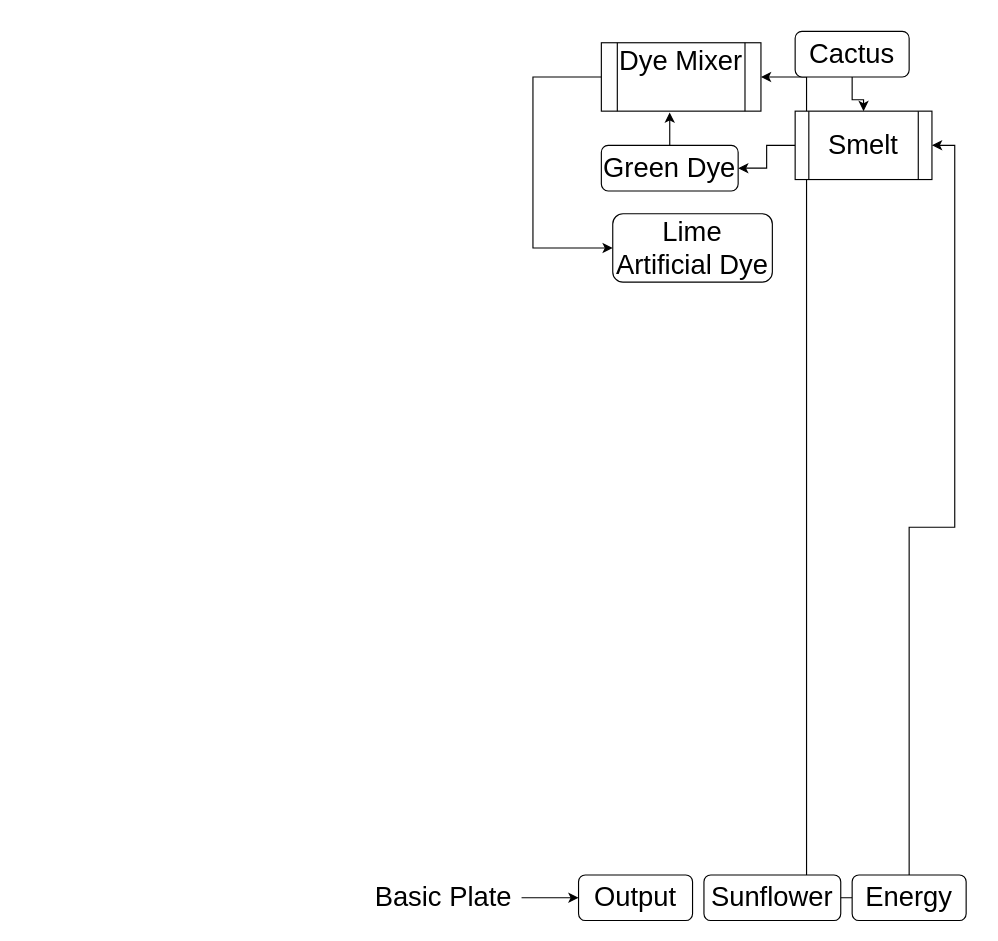
Above: AutoBPlate.drawio in jak7b/modpackThings (draw.io), before the change. Source tidied: cells renumbered, new cells numbered last; positions are measured from the earlier drawing's top-left corner, leaving out a move shared by most shapes. Both pictures are drawn from the tidied source at 114%, with x=0, y=0 at pixel (373, 31).
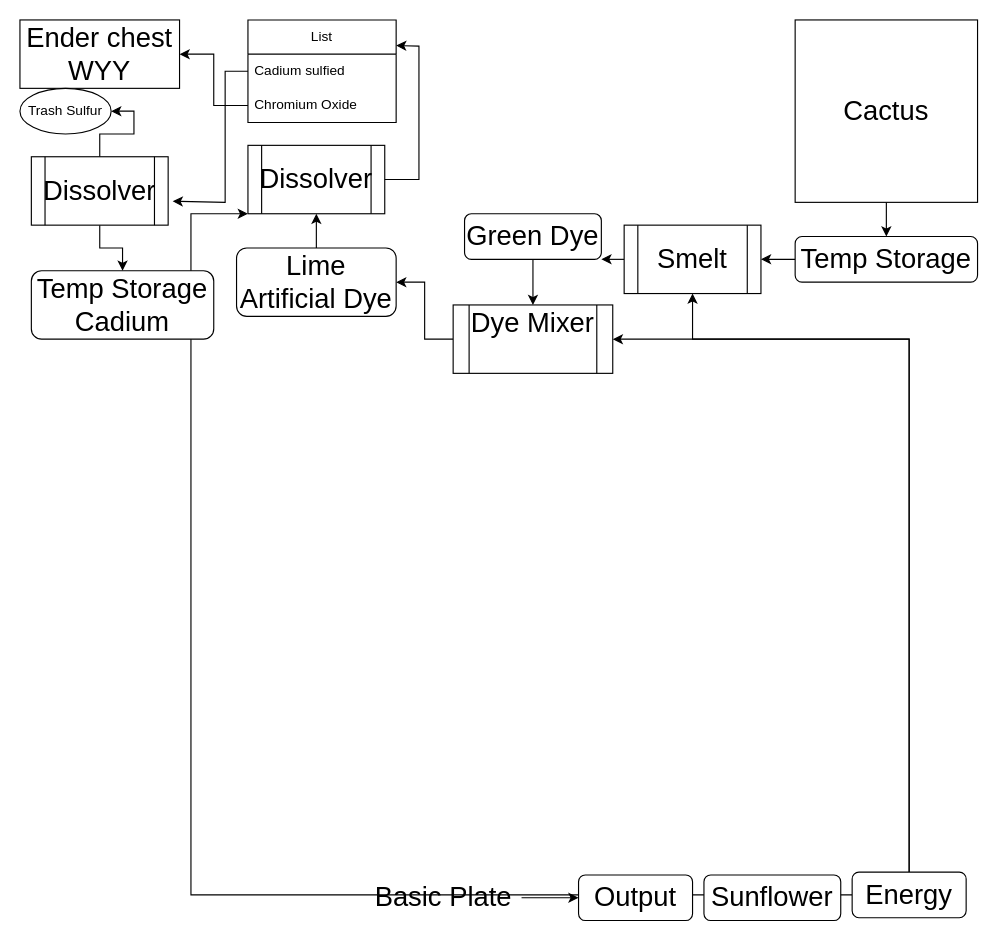
After the change.

What changed in the source:
```diff
@@
+    <mxCell id="3" style="edgeStyle=orthogonalEdgeStyle;rounded=0;jettySize=auto;html=1;entryX=1;entryY=0.5;entryDx=0;entryDy=0;" parent="1" edge="1" source="4" target="16">
+      <mxGeometry relative="1" as="geometry">
+        <Array as="points">
+          <mxPoint x="470" y="270" />
+        </Array>
+      </mxGeometry>
+    </mxCell>
-    <mxCell id="2" style="edgeStyle=orthogonalEdgeStyle;rounded=0;jettySize=auto;html=1;entryX=1;entryY=0.5;entryDx=0;entryDy=0;" parent="1" edge="1" source="4" target="12">
-      <mxGeometry relative="1" as="geometry" />
+    <mxCell id="2" style="edgeStyle=orthogonalEdgeStyle;rounded=0;jettySize=auto;html=1;entryX=0.5;entryY=1;entryDx=0;entryDy=0;" parent="1" edge="1" source="4" target="12">
+      <mxGeometry relative="1" as="geometry">
+        <Array as="points">
+          <mxPoint x="470" y="270" />
+          <mxPoint x="280" y="270" />
+        </Array>
+      </mxGeometry>
     </mxCell>
-    <mxCell id="3" style="edgeStyle=orthogonalEdgeStyle;rounded=0;jettySize=auto;html=1;entryX=1;entryY=0.5;entryDx=0;entryDy=0;" parent="1" edge="1" source="4" target="16">
-      <mxGeometry relative="1" as="geometry" />
-    </mxCell>
+    <mxCell id="18" style="edgeStyle=orthogonalEdgeStyle;rounded=0;jettySize=auto;html=1;entryX=0;entryY=1;entryDx=0;entryDy=0;" parent="1" edge="1" source="4" target="28">
+      <mxGeometry relative="1" as="geometry">
+        <Array as="points">
+          <mxPoint x="-160" y="758" />
+          <mxPoint x="-160" y="160" />
+        </Array>
+      </mxGeometry>
+    </mxCell>
     <mxCell id="4" value="&lt;font style=&quot;font-size: 24px;&quot;&gt;Energy&lt;/font&gt;" style="rounded=1;whiteSpace=wrap;html=1;strokeWidth=1;" parent="1" vertex="1">
-      <mxGeometry x="420" y="740" width="100" height="40" as="geometry" />
+      <mxGeometry x="420" y="737.5" width="100" height="40" as="geometry" />
     </mxCell>
@@
-    <mxCell id="9" style="edgeStyle=orthogonalEdgeStyle;rounded=0;jettySize=auto;html=1;entryX=0.5;entryY=0;entryDx=0;entryDy=0;" parent="1" edge="1" source="10" target="12">
-      <mxGeometry relative="1" as="geometry" />
-    </mxCell>
-    <mxCell id="10" value="&lt;span style=&quot;font-size: 24px;&quot;&gt;Cactus&lt;br&gt;&lt;/span&gt;" style="rounded=1;whiteSpace=wrap;html=1;strokeWidth=1;" parent="1" vertex="1">
-      <mxGeometry x="370" width="100" height="40" as="geometry" />
-    </mxCell>
-    <mxCell id="11" style="edgeStyle=orthogonalEdgeStyle;rounded=0;jettySize=auto;html=1;" parent="1" edge="1" source="12" target="14">
+    <mxCell id="11" style="edgeStyle=orthogonalEdgeStyle;rounded=0;jettySize=auto;html=1;entryX=1;entryY=1;entryDx=0;entryDy=0;" parent="1" edge="1" source="12" target="14">
       <mxGeometry relative="1" as="geometry" />
     </mxCell>
     <mxCell id="12" value="&lt;font style=&quot;font-size: 24px;&quot;&gt;Smelt&lt;/font&gt;" style="shape=process;whiteSpace=wrap;html=1;backgroundOutline=1;" parent="1" vertex="1">
-      <mxGeometry x="370" y="70" width="120" height="60" as="geometry" />
+      <mxGeometry x="220" y="170" width="120" height="60" as="geometry" />
     </mxCell>
-    <mxCell id="13" style="edgeStyle=orthogonalEdgeStyle;rounded=0;jettySize=auto;html=1;entryX=0.428;entryY=1.019;entryDx=0;entryDy=0;entryPerimeter=0;" parent="1" edge="1" source="14" target="16">
+    <mxCell id="13" style="edgeStyle=orthogonalEdgeStyle;rounded=0;jettySize=auto;html=1;entryX=0.5;entryY=0;entryDx=0;entryDy=0;" parent="1" edge="1" source="14" target="16">
       <mxGeometry relative="1" as="geometry" />
     </mxCell>
     <mxCell id="14" value="&lt;font style=&quot;font-size: 24px;&quot;&gt;Green Dye&lt;/font&gt;" style="rounded=1;whiteSpace=wrap;html=1;" parent="1" vertex="1">
-      <mxGeometry x="200" y="100" width="120" height="40" as="geometry" />
+      <mxGeometry x="80" y="160" width="120" height="40" as="geometry" />
     </mxCell>
-    <mxCell id="15" style="edgeStyle=orthogonalEdgeStyle;rounded=0;jettySize=auto;html=1;entryX=0;entryY=0.5;entryDx=0;entryDy=0;" parent="1" edge="1" source="16" target="17">
-      <mxGeometry relative="1" as="geometry">
-        <Array as="points">
-          <mxPoint x="140" y="40" />
-          <mxPoint x="140" y="190" />
-          <mxPoint x="190" y="190" />
-        </Array>
-      </mxGeometry>
+    <mxCell id="15" style="edgeStyle=orthogonalEdgeStyle;rounded=0;jettySize=auto;html=1;entryX=1;entryY=0.5;entryDx=0;entryDy=0;" parent="1" edge="1" source="16" target="17">
+      <mxGeometry relative="1" as="geometry" />
     </mxCell>
     <mxCell id="16" value="&lt;span style=&quot;font-size: 24px;&quot;&gt;Dye Mixer&lt;br&gt;&lt;br&gt;&lt;/span&gt;" style="shape=process;whiteSpace=wrap;html=1;backgroundOutline=1;" parent="1" vertex="1">
-      <mxGeometry x="200" y="10" width="140" height="60" as="geometry" />
+      <mxGeometry x="70" y="240" width="140" height="60" as="geometry" />
     </mxCell>
+    <mxCell id="19" style="edgeStyle=orthogonalEdgeStyle;rounded=0;jettySize=auto;html=1;entryX=0.5;entryY=1;entryDx=0;entryDy=0;" parent="1" edge="1" source="17" target="28">
+      <mxGeometry relative="1" as="geometry" />
+    </mxCell>
     <mxCell id="17" value="&lt;font style=&quot;font-size: 24px;&quot;&gt;Lime Artificial Dye&lt;/font&gt;" style="rounded=1;whiteSpace=wrap;html=1;" parent="1" vertex="1">
-      <mxGeometry x="210" y="160" width="140" height="60" as="geometry" />
+      <mxGeometry x="-120" y="190" width="140" height="60" as="geometry" />
     </mxCell>
+    <mxCell id="20" style="edgeStyle=orthogonalEdgeStyle;rounded=0;jettySize=auto;html=1;entryX=0.5;entryY=0;entryDx=0;entryDy=0;" parent="1" edge="1" source="10" target="22">
+      <mxGeometry relative="1" as="geometry" />
+    </mxCell>
+    <mxCell id="10" value="&lt;font style=&quot;font-size: 24px;&quot;&gt;Cactus&lt;/font&gt;" style="whiteSpace=wrap;html=1;" parent="1" vertex="1">
+      <mxGeometry x="370" y="-10" width="160" height="160" as="geometry" />
+    </mxCell>
+    <mxCell id="21" style="edgeStyle=orthogonalEdgeStyle;rounded=0;jettySize=auto;html=1;entryX=1;entryY=0.5;entryDx=0;entryDy=0;" parent="1" edge="1" source="22" target="12">
+      <mxGeometry relative="1" as="geometry" />
+    </mxCell>
+    <mxCell id="22" value="&lt;font style=&quot;font-size: 24px;&quot;&gt;Temp Storage&lt;/font&gt;" style="rounded=1;whiteSpace=wrap;html=1;" parent="1" vertex="1">
+      <mxGeometry x="370" y="180" width="160" height="40" as="geometry" />
+    </mxCell>
+    <mxCell id="23" value="List" style="swimlane;fontStyle=0;horizontal=1;startSize=30;whiteSpace=wrap;html=1;" parent="1" vertex="1">
+      <mxGeometry x="-110" y="-10" width="130" height="90" as="geometry" />
+    </mxCell>
+    <mxCell id="24" value="Cadium sulfied" style="text;strokeColor=none;fillColor=none;align=left;verticalAlign=middle;spacingLeft=4;spacingRight=4;overflow=hidden;points=[[0,0.5],[1,0.5]];portConstraint=eastwest;whiteSpace=wrap;html=1;" parent="23" vertex="1">
+      <mxGeometry y="30" width="130" height="30" as="geometry" />
+    </mxCell>
+    <mxCell id="25" value="Chromium Oxide" style="text;strokeColor=none;fillColor=none;align=left;verticalAlign=middle;spacingLeft=4;spacingRight=4;overflow=hidden;points=[[0,0.5],[1,0.5]];portConstraint=eastwest;whiteSpace=wrap;html=1;" parent="23" vertex="1">
+      <mxGeometry y="60" width="130" height="30" as="geometry" />
+    </mxCell>
+    <mxCell id="26" value="&lt;font style=&quot;font-size: 24px;&quot;&gt;&lt;font style=&quot;font-size: 24px;&quot;&gt;Ender chest&lt;br style=&quot;border-color: var(--border-color);&quot;&gt;&lt;/font&gt;WYY&lt;/font&gt;" style="rounded=0;whiteSpace=wrap;html=1;" parent="1" vertex="1">
+      <mxGeometry x="-310" y="-10" width="140" height="60" as="geometry" />
+    </mxCell>
+    <mxCell id="27" style="edgeStyle=orthogonalEdgeStyle;rounded=0;jettySize=auto;html=1;entryX=1;entryY=0.5;entryDx=0;entryDy=0;" parent="1" edge="1" source="25" target="26">
+      <mxGeometry relative="1" as="geometry" />
+    </mxCell>
+    <mxCell id="28" value="&lt;font style=&quot;font-size: 24px;&quot;&gt;Dissolver&lt;/font&gt;" style="shape=process;whiteSpace=wrap;html=1;backgroundOutline=1;" parent="1" vertex="1">
+      <mxGeometry x="-110" y="100" width="120" height="60" as="geometry" />
+    </mxCell>
+    <mxCell id="29" style="endArrow=classic;html=1;rounded=0;exitX=1;exitY=0.5;exitDx=0;exitDy=0;entryX=1;entryY=0.25;entryDx=0;entryDy=0;" parent="1" edge="1" source="28" target="23">
+      <mxGeometry relative="1" as="geometry">
+        <Array as="points">
+          <mxPoint x="40" y="130" />
+          <mxPoint x="40" y="70" />
+          <mxPoint x="40" y="13" />
+        </Array>
+      </mxGeometry>
+    </mxCell>
+    <mxCell id="30" value="&lt;font style=&quot;font-size: 24px;&quot;&gt;Temp Storage Cadium&lt;/font&gt;" style="rounded=1;whiteSpace=wrap;html=1;" parent="1" vertex="1">
+      <mxGeometry x="-300" y="210" width="160" height="60" as="geometry" />
+    </mxCell>
+    <mxCell id="31" style="edgeStyle=orthogonalEdgeStyle;rounded=0;jettySize=auto;html=1;entryX=1;entryY=0.5;entryDx=0;entryDy=0;" parent="1" edge="1" source="33" target="35">
+      <mxGeometry relative="1" as="geometry" />
+    </mxCell>
+    <mxCell id="32" style="edgeStyle=orthogonalEdgeStyle;rounded=0;jettySize=auto;html=1;entryX=0.5;entryY=0;entryDx=0;entryDy=0;" parent="1" edge="1" source="33" target="30">
+      <mxGeometry relative="1" as="geometry" />
+    </mxCell>
+    <mxCell id="33" value="&lt;font style=&quot;font-size: 24px;&quot;&gt;Dissolver&lt;/font&gt;" style="shape=process;whiteSpace=wrap;html=1;backgroundOutline=1;" parent="1" vertex="1">
+      <mxGeometry x="-300" y="110" width="120" height="60" as="geometry" />
+    </mxCell>
+    <mxCell id="34" style="edgeStyle=orthogonalEdgeStyle;rounded=0;jettySize=auto;html=1;entryX=1.033;entryY=0.65;entryDx=0;entryDy=0;entryPerimeter=0;" parent="1" edge="1" source="24" target="33">
+      <mxGeometry relative="1" as="geometry">
+        <Array as="points">
+          <mxPoint x="-130" y="35" />
+          <mxPoint x="-130" y="150" />
+        </Array>
+      </mxGeometry>
+    </mxCell>
+    <mxCell id="35" value="Trash Sulfur" style="ellipse;whiteSpace=wrap;html=1;" parent="1" vertex="1">
+      <mxGeometry x="-310" y="50" width="80" height="40" as="geometry" />
+    </mxCell>
```
